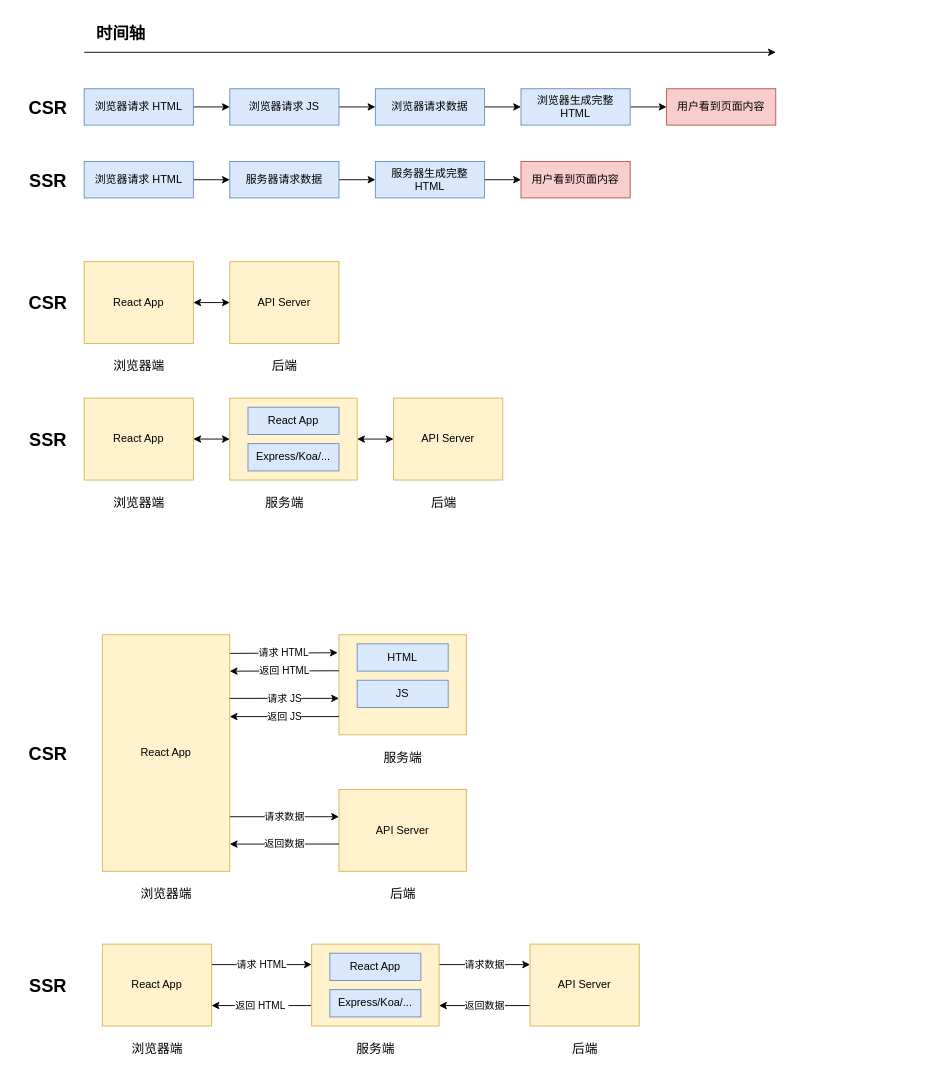
Before: react/react ssr.drawio in W4yneChen/draw, a draw.io diagram. Source tidied: cells renumbered, new cells numbered last; positions are measured from the earlier drawing's top-left corner, leaving out a move shared by most shapes. Both pictures are drawn from the tidied source at 91%, with x=0, y=0 at pixel (15, 15).
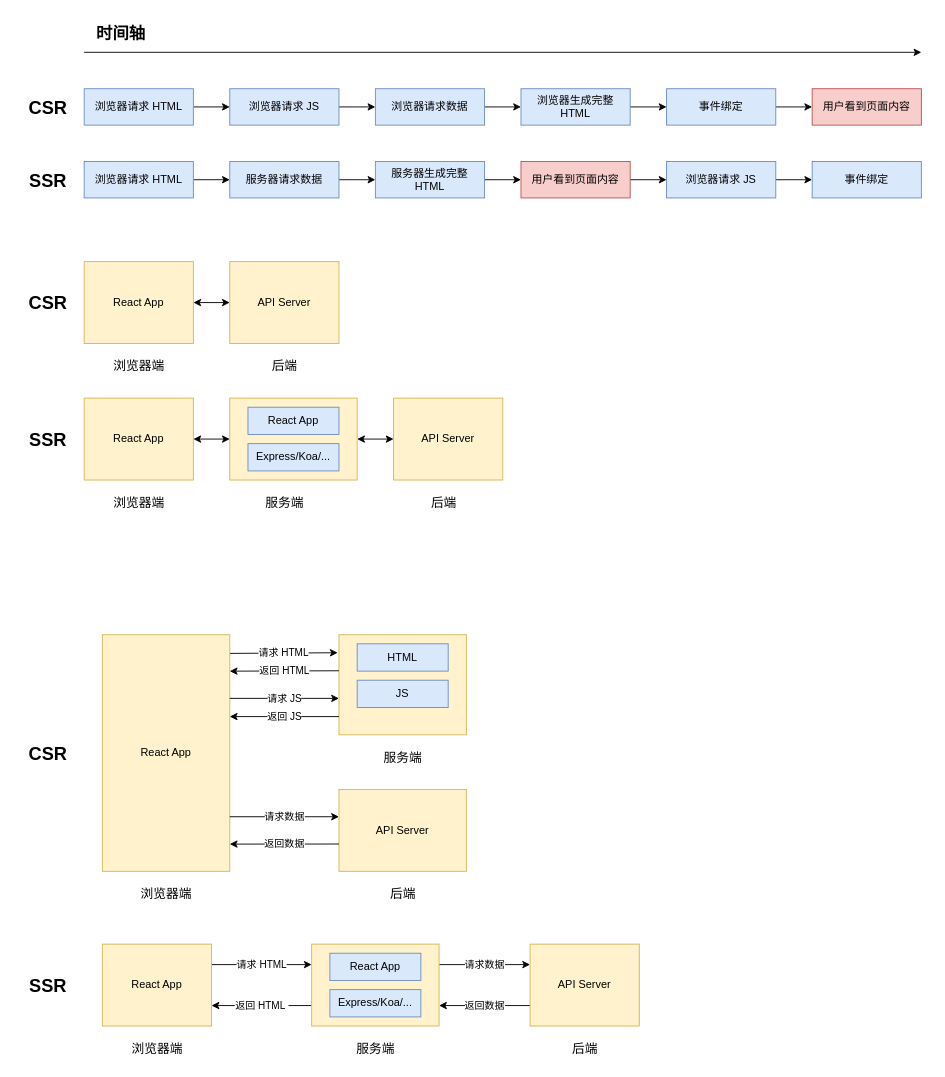
After the change.

Unchanged cells that the change refers to:
```xml
<mxCell id="15" value="用户看到页面内容" style="whiteSpace=wrap;html=1;fillColor=#f8cecc;strokeColor=#b85450;" parent="1" vertex="1">
  <mxGeometry x="555" y="160" width="120" height="40" as="geometry" />
</mxCell>
<mxCell id="17" value="浏览器生成完整 HTML" style="whiteSpace=wrap;html=1;fillColor=#dae8fc;strokeColor=#6c8ebf;" parent="1" vertex="1">
  <mxGeometry x="555" y="80" width="120" height="40" as="geometry" />
</mxCell>
```

What changed in the source:
```diff
@@
     <mxCell id="2" style="endArrow=classic;html=1;rounded=0;" parent="1" edge="1">
       <mxGeometry relative="1" as="geometry">
         <mxPoint x="75" y="40" as="sourcePoint" />
-        <mxPoint x="835" y="40" as="targetPoint" />
+        <mxPoint x="995" y="40" as="targetPoint" />
       </mxGeometry>
     </mxCell>
@@
     <mxCell id="12" value="用户看到页面内容" style="whiteSpace=wrap;html=1;fillColor=#f8cecc;strokeColor=#b85450;" parent="1" vertex="1">
-      <mxGeometry x="715" y="80" width="120" height="40" as="geometry" />
+      <mxGeometry x="875" y="80" width="120" height="40" as="geometry" />
     </mxCell>
@@
+    <mxCell id="67" style="edgeStyle=orthogonalEdgeStyle;rounded=0;jettySize=auto;html=1;exitX=1;exitY=0.5;exitDx=0;exitDy=0;entryX=0;entryY=0.5;entryDx=0;entryDy=0;" parent="1" edge="1" source="15" target="70">
+      <mxGeometry relative="1" as="geometry" />
+    </mxCell>
@@
-    <mxCell id="16" style="edgeStyle=orthogonalEdgeStyle;rounded=0;jettySize=auto;html=1;exitX=1;exitY=0.5;exitDx=0;exitDy=0;entryX=0;entryY=0.5;entryDx=0;entryDy=0;" parent="1" edge="1" source="17" target="12">
-      <mxGeometry relative="1" as="geometry" />
-    </mxCell>
+    <mxCell id="68" style="edgeStyle=orthogonalEdgeStyle;rounded=0;jettySize=auto;html=1;exitX=1;exitY=0.5;exitDx=0;exitDy=0;entryX=0;entryY=0.5;entryDx=0;entryDy=0;" parent="1" edge="1" source="17" target="73">
+      <mxGeometry relative="1" as="geometry" />
+    </mxCell>
@@
+    <mxCell id="69" style="edgeStyle=orthogonalEdgeStyle;rounded=0;jettySize=auto;html=1;exitX=1;exitY=0.5;exitDx=0;exitDy=0;entryX=0;entryY=0.5;entryDx=0;entryDy=0;" parent="1" edge="1" source="70" target="71">
+      <mxGeometry relative="1" as="geometry" />
+    </mxCell>
+    <mxCell id="70" value="浏览器请求 JS" style="whiteSpace=wrap;html=1;fillColor=#dae8fc;strokeColor=#6c8ebf;" parent="1" vertex="1">
+      <mxGeometry x="715" y="160" width="120" height="40" as="geometry" />
+    </mxCell>
+    <mxCell id="71" value="事件绑定" style="whiteSpace=wrap;html=1;fillColor=#dae8fc;strokeColor=#6c8ebf;" parent="1" vertex="1">
+      <mxGeometry x="875" y="160" width="120" height="40" as="geometry" />
+    </mxCell>
+    <mxCell id="72" style="edgeStyle=orthogonalEdgeStyle;rounded=0;jettySize=auto;html=1;exitX=1;exitY=0.5;exitDx=0;exitDy=0;entryX=0;entryY=0.5;entryDx=0;entryDy=0;" parent="1" edge="1" source="73" target="12">
+      <mxGeometry relative="1" as="geometry" />
+    </mxCell>
+    <mxCell id="73" value="事件绑定" style="whiteSpace=wrap;html=1;fillColor=#dae8fc;strokeColor=#6c8ebf;" parent="1" vertex="1">
+      <mxGeometry x="715" y="80" width="120" height="40" as="geometry" />
+    </mxCell>
```
